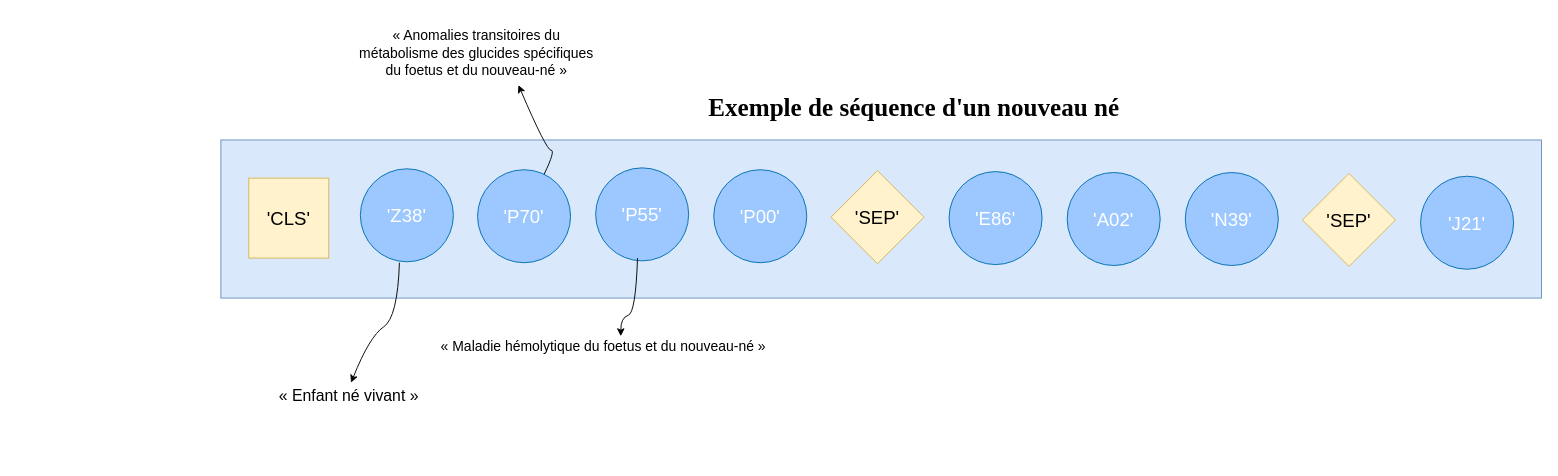
This is ex_séquence.drawio from Basso42/BEHRT, a draw.io file, before an edit. Source tidied: cells renumbered, new cells numbered last; positions are measured from the earlier drawing's top-left corner, leaving out a move shared by most shapes. Both pictures are drawn from the tidied source at 93%, with x=0, y=0 at pixel (220, 38).
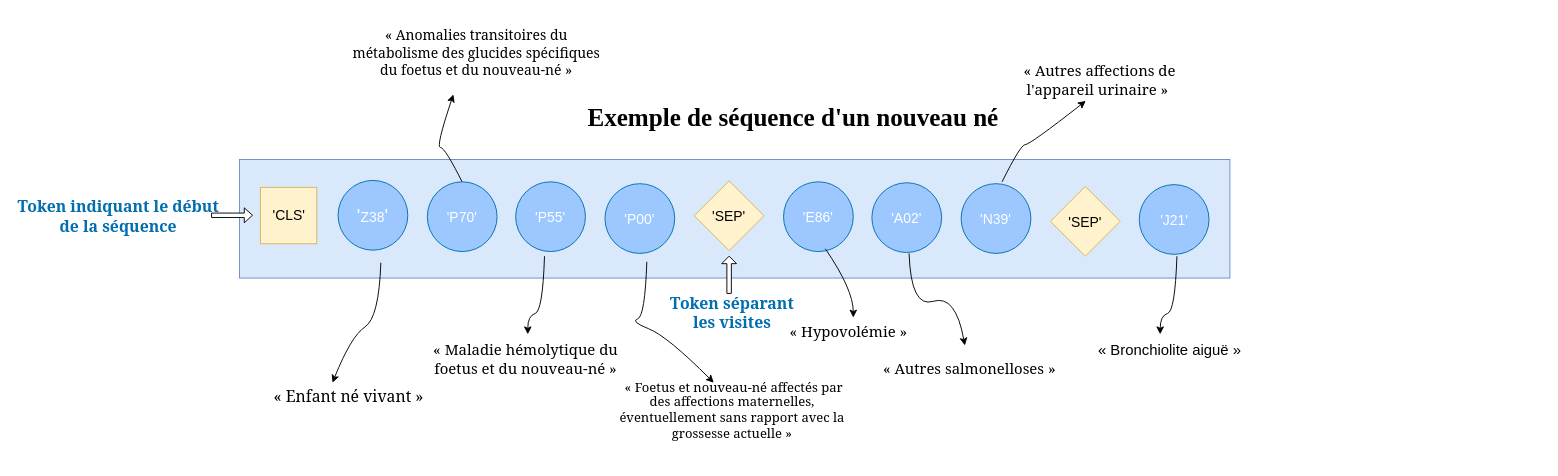
Above is the later version.

Commit message:
Mettre à jour ex_séquence.drawio

Diff of the diagram source:
```diff
@@
     <mxCell id="2" style="rounded=0;whiteSpace=wrap;html=1;fillColor=#dae8fc;flipH=1;strokeColor=#6c8ebf;flipV=0;" parent="1" vertex="1">
-      <mxGeometry y="109" width="1420" height="170" as="geometry" />
+      <mxGeometry x="20" y="130" width="1065" height="127.5" as="geometry" />
     </mxCell>
+    <mxCell id="14" value="&lt;div style=&quot;font-size: 27px;&quot;&gt;&lt;font style=&quot;font-size: 27px;&quot; face=&quot;Times New Roman&quot;&gt;&lt;b&gt;Exemple de séquence d'un nouveau né&lt;/b&gt;&lt;/font&gt;&lt;/div&gt;" style="text;html=1;align=center;verticalAlign=middle;strokeColor=none;fillColor=none;fontSize=26;fontFamily=Garamond;" parent="1" vertex="1">
+      <mxGeometry x="380" y="60" width="470" height="50" as="geometry" />
+    </mxCell>
+    <mxCell id="15" style="curved=1;endArrow=classic;html=1;rounded=0;" parent="1" edge="1">
+      <mxGeometry relative="1" as="geometry">
+        <mxPoint x="172" y="241" as="sourcePoint" />
+        <mxPoint x="120" y="370" as="targetPoint" />
+        <Array as="points">
+          <mxPoint x="170" y="300" />
+          <mxPoint x="140" y="320" />
+        </Array>
+      </mxGeometry>
+    </mxCell>
+    <mxCell id="16" value="&lt;font face=&quot;Georgia&quot; style=&quot;font-size: 17px;&quot;&gt;&amp;nbsp;« Enfant né vivant »&lt;br&gt;&lt;/font&gt;" style="text;html=1;align=center;verticalAlign=middle;strokeColor=none;fillColor=none;" parent="1" vertex="1">
+      <mxGeometry x="45" y="370" width="180" height="30" as="geometry" />
+    </mxCell>
+    <mxCell id="17" value="&lt;h1 style=&quot;font-size: 16px;&quot;&gt;&lt;font face=&quot;Georgia&quot; style=&quot;font-size: 15px;&quot;&gt;&lt;span style=&quot;font-weight: normal;&quot;&gt;« Anomalies transitoires du métabolisme des glucides spécifiques du foetus et du nouveau-né »&lt;br&gt;&lt;/span&gt;&lt;/font&gt;&lt;/h1&gt;" style="text;html=1;strokeColor=none;fillColor=none;align=center;verticalAlign=middle;whiteSpace=wrap;rounded=0;fontSize=15;" parent="1" vertex="1">
+      <mxGeometry x="140" width="270" height="30" as="geometry" />
+    </mxCell>
+    <mxCell id="18" value="&lt;h1 style=&quot;font-size: 16px;&quot;&gt;&lt;font face=&quot;Georgia&quot; style=&quot;font-size: 16px;&quot;&gt;&lt;span style=&quot;&quot;&gt;&lt;span style=&quot;font-weight: normal;&quot;&gt;« Maladie hémolytique du foetus et du nouveau-né »&lt;/span&gt;&lt;/span&gt;&lt;font style=&quot;font-size: 15px;&quot;&gt;&lt;br&gt;&lt;/font&gt;&lt;/font&gt;&lt;/h1&gt;" style="text;html=1;strokeColor=none;fillColor=none;align=center;verticalAlign=middle;whiteSpace=wrap;rounded=0;fontSize=15;" parent="1" vertex="1">
+      <mxGeometry x="225" y="330" width="206" height="30" as="geometry" />
+    </mxCell>
+    <mxCell id="19" style="curved=1;endArrow=classic;html=1;rounded=0;" parent="1" edge="1">
+      <mxGeometry relative="1" as="geometry">
+        <mxPoint x="260.9" y="157" as="sourcePoint" />
+        <mxPoint x="250" y="60" as="targetPoint" />
+        <Array as="points">
+          <mxPoint x="241" y="117" />
+          <mxPoint x="231" y="117" />
+        </Array>
+      </mxGeometry>
+    </mxCell>
+    <mxCell id="20" style="curved=1;endArrow=classic;html=1;rounded=0;" parent="1" edge="1">
+      <mxGeometry relative="1" as="geometry">
+        <mxPoint x="348" y="234" as="sourcePoint" />
+        <mxPoint x="330" y="318" as="targetPoint" />
+        <Array as="points">
+          <mxPoint x="346" y="293" />
+          <mxPoint x="330" y="298" />
+        </Array>
+      </mxGeometry>
+    </mxCell>
+    <mxCell id="21" style="curved=1;endArrow=classic;html=1;rounded=0;" parent="1" edge="1">
+      <mxGeometry relative="1" as="geometry">
+        <mxPoint x="458" y="240" as="sourcePoint" />
+        <mxPoint x="530" y="370" as="targetPoint" />
+        <Array as="points">
+          <mxPoint x="456" y="299" />
+          <mxPoint x="440" y="304" />
+          <mxPoint x="480" y="320" />
+        </Array>
+      </mxGeometry>
+    </mxCell>
+    <mxCell id="22" value="&lt;h1 style=&quot;font-size: 14px;&quot;&gt;&lt;font style=&quot;font-size: 14px;&quot; face=&quot;Georgia&quot;&gt;&amp;nbsp;&lt;font style=&quot;font-size: 14px;&quot;&gt;&lt;span style=&quot;font-weight: normal;&quot;&gt;« Foetus et nouveau-né affectés par des affections maternelles, éventuellement sans rapport avec la grossesse actuelle »&lt;br&gt;&lt;/span&gt;&lt;/font&gt;&lt;/font&gt;&lt;/h1&gt;&lt;h1 style=&quot;&quot;&gt;&lt;font face=&quot;Georgia&quot; style=&quot;font-size: 15px;&quot;&gt;&lt;font style=&quot;font-size: 15px;&quot;&gt;&lt;/font&gt;&lt;/font&gt;&lt;/h1&gt;" style="text;html=1;strokeColor=none;fillColor=none;align=center;verticalAlign=middle;whiteSpace=wrap;rounded=0;fontSize=15;" parent="1" vertex="1">
+      <mxGeometry x="420" y="390" width="260" height="30" as="geometry" />
+    </mxCell>
+    <mxCell id="23" value="&lt;font size=&quot;1&quot; color=&quot;#006eaf&quot; face=&quot;Georgia&quot;&gt;&lt;b&gt;&lt;font style=&quot;font-size: 17px;&quot;&gt;Token indiquant le début de la séquence&lt;/font&gt;&lt;/b&gt;&lt;/font&gt;" style="text;html=1;strokeColor=none;fillColor=none;align=center;verticalAlign=middle;whiteSpace=wrap;rounded=0;" parent="1" vertex="1">
+      <mxGeometry x="-220" y="175.5" width="220" height="30" as="geometry" />
+    </mxCell>
+    <mxCell id="24" style="shape=singleArrow;whiteSpace=wrap;html=1;" parent="1" vertex="1">
+      <mxGeometry x="-10" y="182" width="44" height="16" as="geometry" />
+    </mxCell>
-    <mxCell id="3" value="&lt;font style=&quot;font-size: 20px;&quot; color=&quot;#ffffff&quot;&gt;'P55'&lt;/font&gt;" style="ellipse;whiteSpace=wrap;html=1;fillColor=#9CC7FF;flipH=1;strokeColor=#006EAF;" parent="1" vertex="1">
-      <mxGeometry x="403" y="139" width="100" height="100" as="geometry" />
+    <mxCell id="3" value="&lt;font style=&quot;font-size: 15px;&quot; color=&quot;#ffffff&quot;&gt;'P55'&lt;/font&gt;" style="ellipse;whiteSpace=wrap;html=1;fillColor=#9CC7FF;flipH=1;strokeColor=#006EAF;" parent="1" vertex="1">
+      <mxGeometry x="317" y="154" width="75" height="75" as="geometry" />
     </mxCell>
-    <mxCell id="4" value="&lt;font style=&quot;font-size: 20px;&quot;&gt;'Z38'&lt;/font&gt;" style="ellipse;whiteSpace=wrap;html=1;fillColor=#9CC7FF;flipH=1;strokeColor=#006EAF;fontColor=#ffffff;" parent="1" vertex="1">
-      <mxGeometry x="150" y="140" width="100" height="100" as="geometry" />
+    <mxCell id="4" value="&lt;font style=&quot;font-size: 20px;&quot;&gt;'&lt;/font&gt;&lt;font style=&quot;font-size: 15px;&quot;&gt;Z38&lt;/font&gt;&lt;font style=&quot;font-size: 20px;&quot;&gt;'&lt;/font&gt;" style="ellipse;whiteSpace=wrap;html=1;fillColor=#9CC7FF;flipH=1;strokeColor=#006EAF;fontColor=#ffffff;" parent="1" vertex="1">
+      <mxGeometry x="126" y="152.5" width="75" height="75" as="geometry" />
     </mxCell>
-    <mxCell id="5" value="&lt;font style=&quot;font-size: 20px;&quot; color=&quot;#ffffff&quot;&gt;'P70'&lt;/font&gt;" style="ellipse;whiteSpace=wrap;html=1;fillColor=#9CC7FF;flipH=1;strokeColor=#006EAF;" parent="1" vertex="1">
-      <mxGeometry x="276" y="141" width="100" height="100" as="geometry" />
+    <mxCell id="5" value="&lt;font style=&quot;font-size: 15px;&quot; color=&quot;#ffffff&quot;&gt;'P70'&lt;/font&gt;" style="ellipse;whiteSpace=wrap;html=1;fillColor=#9CC7FF;flipH=1;strokeColor=#006EAF;" parent="1" vertex="1">
+      <mxGeometry x="222" y="154" width="75" height="75" as="geometry" />
     </mxCell>
-    <mxCell id="6" value="&lt;font style=&quot;font-size: 20px;&quot; color=&quot;#ffffff&quot;&gt;'P00'&lt;/font&gt;" style="ellipse;whiteSpace=wrap;html=1;fillColor=#9CC7FF;flipH=1;strokeColor=#006EAF;" parent="1" vertex="1">
-      <mxGeometry x="530" y="141" width="100" height="100" as="geometry" />
+    <mxCell id="6" value="&lt;font style=&quot;font-size: 15px;&quot; color=&quot;#ffffff&quot;&gt;'P00'&lt;/font&gt;" style="ellipse;whiteSpace=wrap;html=1;fillColor=#9CC7FF;flipH=1;strokeColor=#006EAF;" parent="1" vertex="1">
+      <mxGeometry x="413" y="156" width="75" height="75" as="geometry" />
     </mxCell>
-    <mxCell id="7" value="&lt;font style=&quot;font-size: 20px;&quot;&gt;'SEP'&lt;/font&gt;" style="rhombus;whiteSpace=wrap;html=1;flipH=1;direction=north;fillColor=#fff2cc;strokeColor=#d6b656;" parent="1" vertex="1">
-      <mxGeometry x="656" y="142" width="100" height="100" as="geometry" />
+    <mxCell id="7" value="&lt;font style=&quot;font-size: 15px;&quot;&gt;'SEP'&lt;/font&gt;" style="rhombus;whiteSpace=wrap;html=1;flipH=1;direction=north;fillColor=#fff2cc;strokeColor=#d6b656;" parent="1" vertex="1">
+      <mxGeometry x="509" y="153" width="75" height="75" as="geometry" />
     </mxCell>
-    <mxCell id="8" value="&lt;font style=&quot;font-size: 20px;&quot; color=&quot;#ffffff&quot;&gt;'E86'&lt;/font&gt;" style="ellipse;whiteSpace=wrap;html=1;fillColor=#9CC7FF;flipH=1;strokeColor=#006EAF;" parent="1" vertex="1">
-      <mxGeometry x="783" y="143" width="100" height="100" as="geometry" />
+    <mxCell id="8" value="&lt;font style=&quot;font-size: 15px;&quot; color=&quot;#ffffff&quot;&gt;'E86'&lt;/font&gt;" style="ellipse;whiteSpace=wrap;html=1;fillColor=#9CC7FF;flipH=1;strokeColor=#006EAF;" parent="1" vertex="1">
+      <mxGeometry x="605" y="154" width="75" height="75" as="geometry" />
     </mxCell>
-    <mxCell id="9" value="&lt;font style=&quot;font-size: 20px;&quot; color=&quot;#ffffff&quot;&gt;'A02'&lt;/font&gt;" style="ellipse;whiteSpace=wrap;html=1;fillColor=#9CC7FF;flipH=1;strokeColor=#006EAF;" parent="1" vertex="1">
-      <mxGeometry x="910" y="144" width="100" height="100" as="geometry" />
+    <mxCell id="9" value="&lt;font style=&quot;font-size: 15px;&quot; color=&quot;#ffffff&quot;&gt;'A02'&lt;/font&gt;" style="ellipse;whiteSpace=wrap;html=1;fillColor=#9CC7FF;flipH=1;strokeColor=#006EAF;" parent="1" vertex="1">
+      <mxGeometry x="700" y="155" width="75" height="75" as="geometry" />
     </mxCell>
-    <mxCell id="10" value="&lt;font style=&quot;font-size: 20px;&quot; color=&quot;#ffffff&quot;&gt;'N39'&lt;/font&gt;" style="ellipse;whiteSpace=wrap;html=1;fillColor=#9CC7FF;flipH=1;strokeColor=#006EAF;" parent="1" vertex="1">
-      <mxGeometry x="1037" y="144" width="100" height="100" as="geometry" />
+    <mxCell id="10" value="&lt;font style=&quot;font-size: 15px;&quot; color=&quot;#ffffff&quot;&gt;'N39'&lt;/font&gt;" style="ellipse;whiteSpace=wrap;html=1;fillColor=#9CC7FF;flipH=1;strokeColor=#006EAF;" parent="1" vertex="1">
+      <mxGeometry x="796" y="156" width="75" height="75" as="geometry" />
     </mxCell>
-    <mxCell id="11" value="&lt;font style=&quot;font-size: 20px;&quot;&gt;'SEP'&lt;/font&gt;" style="rhombus;whiteSpace=wrap;html=1;flipH=1;fillColor=#fff2cc;strokeColor=#d6b656;" parent="1" vertex="1">
-      <mxGeometry x="1163" y="145" width="100" height="100" as="geometry" />
+    <mxCell id="11" value="&lt;font style=&quot;font-size: 15px;&quot;&gt;'SEP'&lt;/font&gt;" style="rhombus;whiteSpace=wrap;html=1;flipH=1;fillColor=#fff2cc;strokeColor=#d6b656;" parent="1" vertex="1">
+      <mxGeometry x="892" y="159" width="75" height="75" as="geometry" />
     </mxCell>
-    <mxCell id="12" value="&lt;font style=&quot;font-size: 20px;&quot; color=&quot;#ffffff&quot;&gt;'J21'&lt;/font&gt;" style="ellipse;whiteSpace=wrap;html=1;fillColor=#9CC7FF;flipH=1;strokeColor=#006EAF;" parent="1" vertex="1">
-      <mxGeometry x="1290" y="148" width="100" height="100" as="geometry" />
+    <mxCell id="12" value="&lt;font style=&quot;font-size: 15px;&quot; color=&quot;#ffffff&quot;&gt;'J21'&lt;/font&gt;" style="ellipse;whiteSpace=wrap;html=1;fillColor=#9CC7FF;flipH=1;strokeColor=#006EAF;" parent="1" vertex="1">
+      <mxGeometry x="987.5" y="157" width="75" height="75" as="geometry" />
     </mxCell>
-    <mxCell id="13" value="&lt;font style=&quot;font-size: 20px;&quot;&gt;'CLS'&lt;/font&gt;" style="whiteSpace=wrap;html=1;direction=east;flipH=1;flipV=1;strokeColor=#d6b656;fillColor=#fff2cc;" parent="1" vertex="1">
-      <mxGeometry x="30" y="150" width="86" height="86" as="geometry" />
+    <mxCell id="13" value="&lt;font style=&quot;font-size: 15px;&quot;&gt;'CLS'&lt;/font&gt;" style="whiteSpace=wrap;html=1;direction=east;flipH=1;flipV=1;strokeColor=#d6b656;fillColor=#fff2cc;" parent="1" vertex="1">
+      <mxGeometry x="42.5" y="160" width="60.6" height="60.6" as="geometry" />
     </mxCell>
-    <mxCell id="14" value="&lt;div style=&quot;font-size: 27px;&quot;&gt;&lt;font style=&quot;font-size: 27px;&quot; face=&quot;Times New Roman&quot;&gt;&lt;b&gt;Exemple de séquence d'un nouveau né&lt;/b&gt;&lt;/font&gt;&lt;/div&gt;" style="text;html=1;align=center;verticalAlign=middle;strokeColor=none;fillColor=none;fontSize=26;fontFamily=Garamond;" parent="1" vertex="1">
-      <mxGeometry x="510" y="50" width="470" height="50" as="geometry" />
-    </mxCell>
-    <mxCell id="15" style="curved=1;endArrow=classic;html=1;rounded=0;" parent="1" edge="1">
-      <mxGeometry relative="1" as="geometry">
-        <mxPoint x="192" y="241" as="sourcePoint" />
-        <mxPoint x="140" y="370" as="targetPoint" />
-        <Array as="points">
-          <mxPoint x="190" y="300" />
-          <mxPoint x="160" y="320" />
-        </Array>
-      </mxGeometry>
-    </mxCell>
-    <mxCell id="16" value="&lt;font style=&quot;font-size: 17px;&quot;&gt;&amp;nbsp;« Enfant né vivant »&lt;br&gt;&lt;/font&gt;" style="text;html=1;align=center;verticalAlign=middle;strokeColor=none;fillColor=none;" parent="1" vertex="1">
-      <mxGeometry x="45" y="370" width="180" height="30" as="geometry" />
-    </mxCell>
-    <mxCell id="17" value="&lt;h1 style=&quot;font-size: 16px;&quot;&gt;&lt;font style=&quot;font-size: 15px;&quot;&gt;&lt;span style=&quot;font-weight: normal;&quot;&gt;« Anomalies transitoires du métabolisme des glucides spécifiques du foetus et du nouveau-né »&lt;br&gt;&lt;/span&gt;&lt;/font&gt;&lt;/h1&gt;" style="text;html=1;strokeColor=none;fillColor=none;align=center;verticalAlign=middle;whiteSpace=wrap;rounded=0;fontSize=15;" parent="1" vertex="1">
-      <mxGeometry x="140" width="270" height="30" as="geometry" />
-    </mxCell>
-    <mxCell id="18" value="&lt;h1 style=&quot;&quot;&gt;&lt;font style=&quot;font-size: 15px;&quot;&gt;&lt;span style=&quot;&quot;&gt;&lt;span style=&quot;font-weight: normal;&quot;&gt;« Maladie hémolytique du foetus et du nouveau-né »&lt;/span&gt;&lt;/span&gt;&lt;font style=&quot;font-size: 15px;&quot;&gt;&lt;br&gt;&lt;/font&gt;&lt;/font&gt;&lt;/h1&gt;" style="text;html=1;strokeColor=none;fillColor=none;align=center;verticalAlign=middle;whiteSpace=wrap;rounded=0;fontSize=15;" parent="1" vertex="1">
-      <mxGeometry x="229" y="310" width="365" height="30" as="geometry" />
-    </mxCell>
-    <mxCell id="19" style="curved=1;endArrow=classic;html=1;rounded=0;" parent="1" edge="1" source="5">
-      <mxGeometry relative="1" as="geometry">
-        <mxPoint x="320" y="50" as="targetPoint" />
-        <Array as="points">
-          <mxPoint x="360" y="120" />
-          <mxPoint x="350" y="120" />
-        </Array>
-      </mxGeometry>
-    </mxCell>
-    <mxCell id="20" style="curved=1;endArrow=classic;html=1;rounded=0;" parent="1" edge="1">
-      <mxGeometry relative="1" as="geometry">
-        <mxPoint x="448" y="236" as="sourcePoint" />
-        <mxPoint x="430" y="320" as="targetPoint" />
-        <Array as="points">
-          <mxPoint x="446" y="295" />
-          <mxPoint x="430" y="300" />
-        </Array>
-      </mxGeometry>
-    </mxCell>
+    <mxCell id="25" value="&lt;font size=&quot;1&quot; color=&quot;#006eaf&quot; face=&quot;Georgia&quot;&gt;&lt;b&gt;&lt;font style=&quot;font-size: 17px;&quot;&gt;Token séparant les visites&lt;br&gt;&lt;/font&gt;&lt;/b&gt;&lt;/font&gt;" style="text;html=1;strokeColor=none;fillColor=none;align=center;verticalAlign=middle;whiteSpace=wrap;rounded=0;" parent="1" vertex="1">
+      <mxGeometry x="475" y="280" width="150" height="30" as="geometry" />
+    </mxCell>
+    <mxCell id="26" style="shape=singleArrow;whiteSpace=wrap;html=1;direction=north;" parent="1" vertex="1">
+      <mxGeometry x="538.5" y="234" width="16" height="40" as="geometry" />
+    </mxCell>
+    <mxCell id="27" style="curved=1;endArrow=classic;html=1;rounded=0;" parent="1" edge="1">
+      <mxGeometry relative="1" as="geometry">
+        <mxPoint x="1028" y="234" as="sourcePoint" />
+        <mxPoint x="1010" y="318" as="targetPoint" />
+        <Array as="points">
+          <mxPoint x="1026" y="293" />
+          <mxPoint x="1010" y="298" />
+        </Array>
+      </mxGeometry>
+    </mxCell>
+    <mxCell id="28" value="&lt;font style=&quot;font-size: 16px;&quot;&gt;« Bronchiolite aiguë »&lt;br&gt;&lt;/font&gt;" style="text;html=1;align=center;verticalAlign=middle;strokeColor=none;fillColor=none;" parent="1" vertex="1">
+      <mxGeometry x="930" y="320" width="180" height="30" as="geometry" />
+    </mxCell>
+    <mxCell id="29" value="&lt;h1 style=&quot;font-size: 16px;&quot;&gt;&lt;font style=&quot;font-size: 16px;&quot;&gt;&amp;nbsp;&lt;font style=&quot;font-size: 16px;&quot; face=&quot;Georgia&quot;&gt;&lt;font style=&quot;font-size: 16px;&quot;&gt;&lt;span style=&quot;font-weight: normal;&quot;&gt;« Hypovolémie »&lt;/span&gt;&lt;br&gt;&lt;/font&gt;&lt;/font&gt;&lt;/font&gt;&lt;/h1&gt;" style="text;html=1;strokeColor=none;fillColor=none;align=center;verticalAlign=middle;whiteSpace=wrap;rounded=0;fontSize=15;" parent="1" vertex="1">
+      <mxGeometry x="570" y="300" width="206" height="30" as="geometry" />
+    </mxCell>
+    <mxCell id="30" style="curved=1;endArrow=classic;html=1;rounded=0;" parent="1" edge="1">
+      <mxGeometry relative="1" as="geometry">
+        <mxPoint x="650" y="226" as="sourcePoint" />
+        <mxPoint x="680" y="300" as="targetPoint" />
+        <Array as="points">
+          <mxPoint x="680" y="270" />
+        </Array>
+      </mxGeometry>
+    </mxCell>
+    <mxCell id="31" value="&lt;h1 style=&quot;font-size: 16px;&quot;&gt;&lt;font style=&quot;font-size: 16px;&quot;&gt;&amp;nbsp;&lt;font style=&quot;font-size: 16px;&quot; face=&quot;Georgia&quot;&gt;&lt;font style=&quot;font-size: 16px;&quot;&gt;&lt;span style=&quot;font-weight: normal;&quot;&gt;« Autres salmonelloses »&lt;/span&gt;&lt;br&gt;&lt;/font&gt;&lt;/font&gt;&lt;/font&gt;&lt;/h1&gt;" style="text;html=1;strokeColor=none;fillColor=none;align=center;verticalAlign=middle;whiteSpace=wrap;rounded=0;fontSize=15;" parent="1" vertex="1">
+      <mxGeometry x="700" y="340" width="206" height="30" as="geometry" />
+    </mxCell>
+    <mxCell id="32" style="curved=1;endArrow=classic;html=1;rounded=0;" parent="1" edge="1">
+      <mxGeometry relative="1" as="geometry">
+        <mxPoint x="740" y="231" as="sourcePoint" />
+        <mxPoint x="800" y="330" as="targetPoint" />
+        <Array as="points">
+          <mxPoint x="742" y="290" />
+          <mxPoint x="790" y="275" />
+        </Array>
+      </mxGeometry>
+    </mxCell>
+    <mxCell id="33" value="&lt;h1 style=&quot;font-size: 16px;&quot;&gt;&lt;font style=&quot;font-size: 16px;&quot;&gt;&amp;nbsp;&lt;font style=&quot;font-size: 16px;&quot; face=&quot;Georgia&quot;&gt;&lt;font style=&quot;font-size: 16px;&quot;&gt;&lt;span style=&quot;font-weight: normal;&quot;&gt;« Autres affections de l'appareil urinaire »&lt;/span&gt;&lt;br&gt;&lt;/font&gt;&lt;/font&gt;&lt;/font&gt;&lt;/h1&gt;" style="text;html=1;strokeColor=none;fillColor=none;align=center;verticalAlign=middle;whiteSpace=wrap;rounded=0;fontSize=15;" parent="1" vertex="1">
+      <mxGeometry x="840" y="30" width="206" height="30" as="geometry" />
+    </mxCell>
+    <mxCell id="34" style="curved=1;endArrow=classic;html=1;rounded=0;" parent="1" edge="1">
+      <mxGeometry relative="1" as="geometry">
+        <mxPoint x="840" y="154" as="sourcePoint" />
+        <mxPoint x="930" y="67" as="targetPoint" />
+        <Array as="points">
+          <mxPoint x="859.9" y="114" />
+          <mxPoint x="869.9" y="114" />
+        </Array>
+      </mxGeometry>
+    </mxCell>
```
